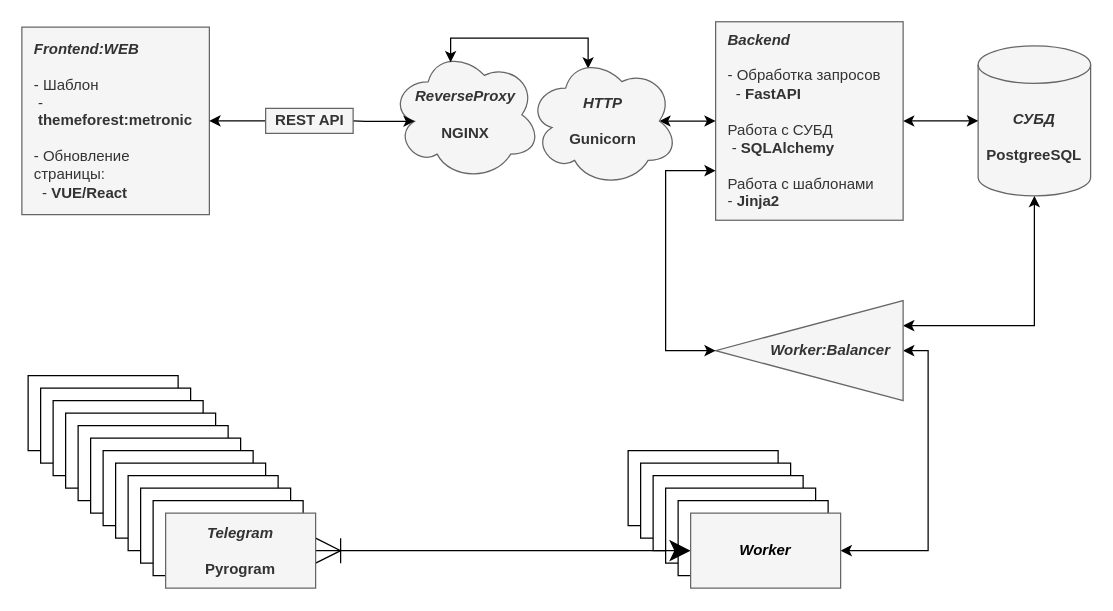
drunken-firefly/tgshop keeps this draw.io diagram as services.drawio. Above is the earlier version. Source tidied: cells renumbered, new cells numbered last; positions are measured from the earlier drawing's top-left corner, leaving out a move shared by most shapes. Both pictures are drawn from the tidied source at 125%, with x=0, y=0 at pixel (21, 21).
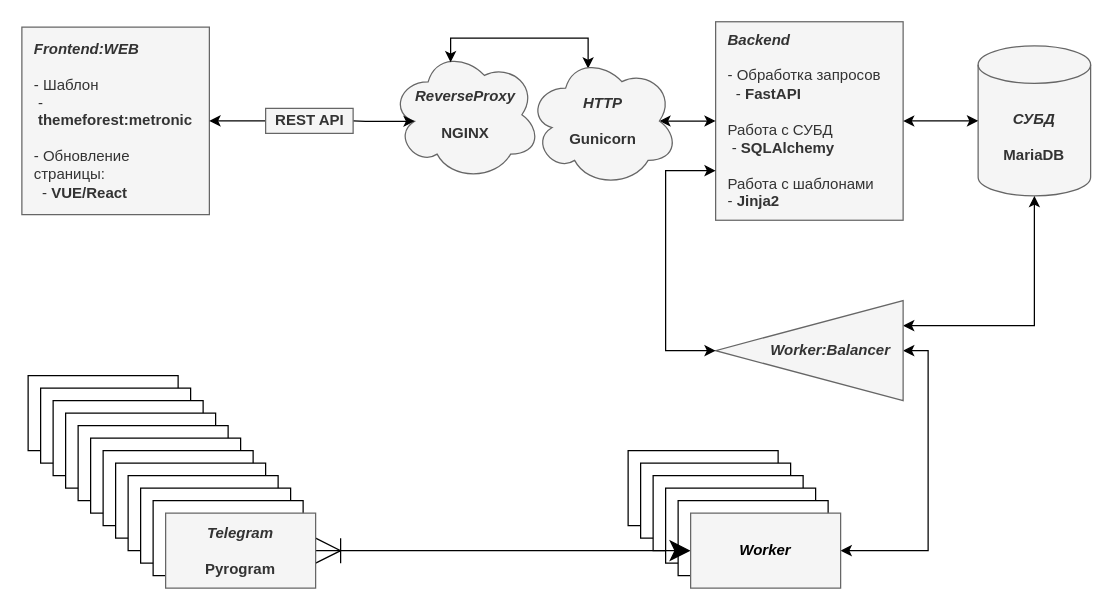
The same diagram, later.

What changed in the source:
```diff
@@
-    <mxCell id="12" value="&lt;div style=&quot;&quot;&gt;&lt;b&gt;&lt;i&gt;СУБД&lt;/i&gt;&lt;br&gt;&lt;/b&gt;&lt;br&gt;&lt;/div&gt;&lt;div style=&quot;&quot;&gt;&lt;span style=&quot;background-color: initial;&quot;&gt;&lt;b&gt;PostgreeSQL&lt;/b&gt;&lt;/span&gt;&lt;/div&gt;" style="shape=cylinder3;whiteSpace=wrap;html=1;boundedLbl=1;backgroundOutline=1;size=15;align=center;fillColor=#f5f5f5;fontColor=#333333;strokeColor=#666666;" parent="1" vertex="1">
+    <mxCell id="12" value="&lt;div style=&quot;&quot;&gt;&lt;b&gt;&lt;i&gt;СУБД&lt;/i&gt;&lt;br&gt;&lt;/b&gt;&lt;br&gt;&lt;/div&gt;&lt;div style=&quot;&quot;&gt;&lt;span style=&quot;background-color: initial;&quot;&gt;&lt;b&gt;MariaDB&lt;/b&gt;&lt;/span&gt;&lt;/div&gt;" style="shape=cylinder3;whiteSpace=wrap;html=1;boundedLbl=1;backgroundOutline=1;size=15;align=center;fillColor=#f5f5f5;fontColor=#333333;strokeColor=#666666;" parent="1" vertex="1">
       <mxGeometry x="765" y="19.2" width="90" height="120" as="geometry" />
     </mxCell>
```
